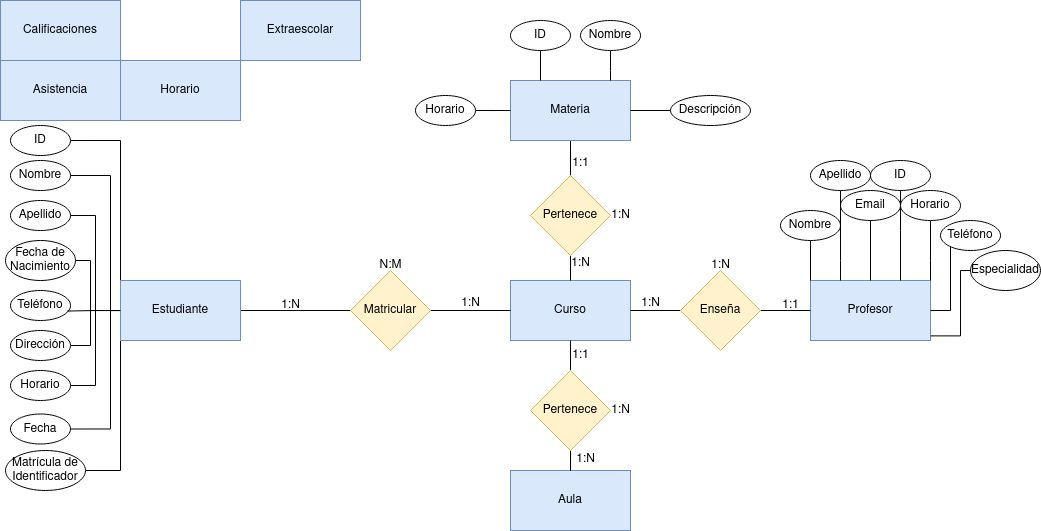
GermanOjeda/base-datos keeps this draw.io diagram as diagrama-tarea2.png. Above is the earlier version. Source tidied: cells renumbered, new cells last; positions are measured from the earlier drawing's top-left corner, leaving out a move shared by most shapes.
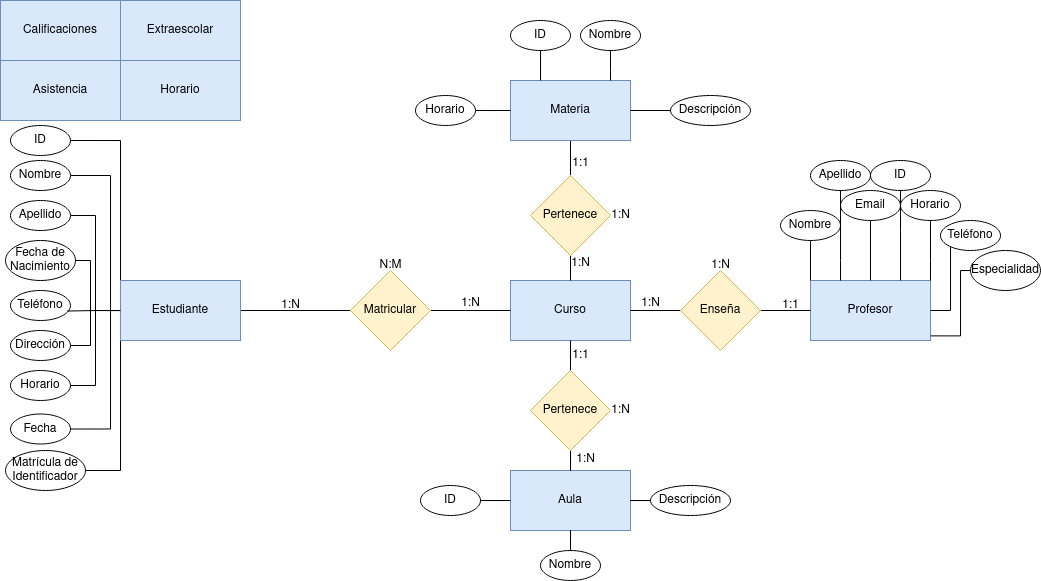
Later version of the same file.

Diff of the diagram source:
```diff
@@ -148,7 +148,7 @@
       <mxGeometry x="120" y="60" width="120" height="60" as="geometry" />
     </mxCell>
     <mxCell id="41" value="Extraescolar" style="rounded=0;whiteSpace=wrap;html=1;fillColor=#dae8fc;strokeColor=#6c8ebf;" parent="1" vertex="1">
-      <mxGeometry x="240" width="120" height="60" as="geometry" />
+      <mxGeometry x="120" width="120" height="60" as="geometry" />
     </mxCell>
     <mxCell id="42" style="edgeStyle=orthogonalEdgeStyle;rounded=0;jettySize=auto;html=1;endArrow=none;endFill=0;" parent="1" edge="1" source="43" target="29">
       <mxGeometry relative="1" as="geometry">
@@ -283,5 +283,23 @@
     <mxCell id="74" value="1:N" style="text;html=1;align=center;verticalAlign=middle;strokeColor=none;fillColor=none;" parent="1" vertex="1">
       <mxGeometry x="600" y="395" width="40" height="30" as="geometry" />
     </mxCell>
+    <mxCell id="75" style="edgeStyle=orthogonalEdgeStyle;rounded=0;jettySize=auto;html=1;endArrow=none;endFill=0;" parent="1" edge="1" source="76" target="37">
+      <mxGeometry relative="1" as="geometry" />
+    </mxCell>
+    <mxCell id="76" value="ID" style="ellipse;whiteSpace=wrap;html=1;" parent="1" vertex="1">
+      <mxGeometry x="420" y="485" width="60" height="30" as="geometry" />
+    </mxCell>
+    <mxCell id="77" style="edgeStyle=orthogonalEdgeStyle;rounded=0;jettySize=auto;html=1;entryX=0.5;entryY=1;entryDx=0;entryDy=0;endArrow=none;endFill=0;" parent="1" edge="1" source="78" target="37">
+      <mxGeometry relative="1" as="geometry" />
+    </mxCell>
+    <mxCell id="78" value="Nombre" style="ellipse;whiteSpace=wrap;html=1;" parent="1" vertex="1">
+      <mxGeometry x="540" y="550" width="60" height="30" as="geometry" />
+    </mxCell>
+    <mxCell id="79" style="edgeStyle=orthogonalEdgeStyle;rounded=0;jettySize=auto;html=1;entryX=1;entryY=0.5;entryDx=0;entryDy=0;endArrow=none;endFill=0;" parent="1" edge="1" source="80" target="37">
+      <mxGeometry relative="1" as="geometry" />
+    </mxCell>
+    <mxCell id="80" value="Descripción" style="ellipse;whiteSpace=wrap;html=1;" parent="1" vertex="1">
+      <mxGeometry x="650" y="485" width="80" height="30" as="geometry" />
+    </mxCell>
   </root>
 </mxGraphModel>
```
